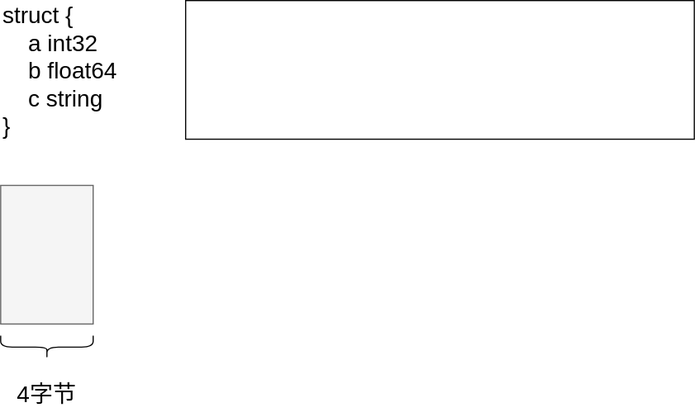
Above: advance/go_struct_memory.svg in SuanCaiYv/GoBaseLearn (draw.io), before the change. Source tidied: cells renumbered, new cells last; positions are measured from the earlier drawing's top-left corner, leaving out a move shared by most shapes.
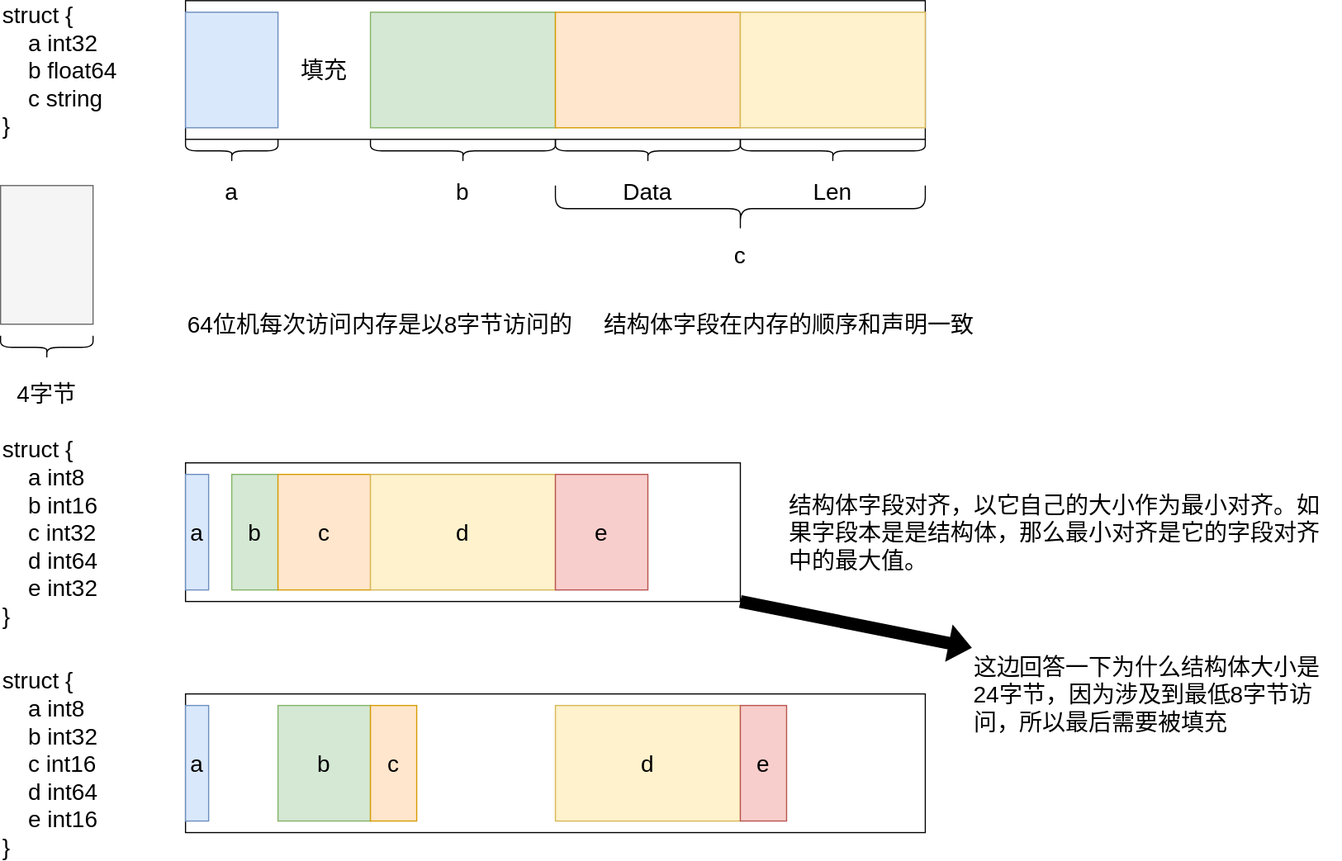
Above is the later version.

What changed in the source:
```diff
@@ -6,7 +6,7 @@
       <mxGeometry width="120" height="120" as="geometry" />
     </mxCell>
     <mxCell id="3" style="rounded=0;whiteSpace=wrap;html=1;" parent="1" vertex="1">
-      <mxGeometry x="160" width="440" height="120" as="geometry" />
+      <mxGeometry x="160" width="640" height="120" as="geometry" />
     </mxCell>
     <mxCell id="4" style="rounded=0;whiteSpace=wrap;html=1;shadow=0;fillColor=#f5f5f5;strokeColor=#666666;fontColor=#333333;" parent="1" vertex="1">
       <mxGeometry y="160" width="80" height="120" as="geometry" />
@@ -17,5 +17,107 @@
     <mxCell id="6" value="&lt;font style=&quot;font-size: 20px&quot;&gt;4字节&lt;/font&gt;" style="text;html=1;strokeColor=none;fillColor=none;align=center;verticalAlign=middle;whiteSpace=wrap;rounded=0;" parent="1" vertex="1">
       <mxGeometry y="320" width="80" height="40" as="geometry" />
     </mxCell>
+    <mxCell id="7" style="rounded=0;whiteSpace=wrap;html=1;fillColor=#dae8fc;strokeColor=#6c8ebf;" parent="1" vertex="1">
+      <mxGeometry x="160" y="10" width="80" height="100" as="geometry" />
+    </mxCell>
+    <mxCell id="8" style="rounded=0;whiteSpace=wrap;html=1;fillColor=#d5e8d4;strokeColor=#82b366;" parent="1" vertex="1">
+      <mxGeometry x="320" y="10" width="160" height="100" as="geometry" />
+    </mxCell>
+    <mxCell id="9" style="rounded=0;whiteSpace=wrap;html=1;fillColor=#ffe6cc;strokeColor=#d79b00;" parent="1" vertex="1">
+      <mxGeometry x="480" y="10" width="160" height="100" as="geometry" />
+    </mxCell>
+    <mxCell id="10" style="rounded=0;whiteSpace=wrap;html=1;fillColor=#fff2cc;strokeColor=#d6b656;" parent="1" vertex="1">
+      <mxGeometry x="640" y="10" width="160" height="100" as="geometry" />
+    </mxCell>
+    <mxCell id="11" style="shape=curlyBracket;whiteSpace=wrap;html=1;rounded=1;flipH=1;direction=north;" parent="1" vertex="1">
+      <mxGeometry x="160" y="120" width="80" height="20" as="geometry" />
+    </mxCell>
+    <mxCell id="12" value="&lt;font style=&quot;font-size: 20px&quot;&gt;a&lt;/font&gt;" style="text;html=1;strokeColor=none;fillColor=none;align=center;verticalAlign=middle;whiteSpace=wrap;rounded=0;" parent="1" vertex="1">
+      <mxGeometry x="170" y="150" width="60" height="30" as="geometry" />
+    </mxCell>
+    <mxCell id="13" style="shape=curlyBracket;whiteSpace=wrap;html=1;rounded=1;flipH=1;direction=north;" parent="1" vertex="1">
+      <mxGeometry x="320" y="120" width="160" height="20" as="geometry" />
+    </mxCell>
+    <mxCell id="14" value="&lt;font style=&quot;font-size: 20px&quot;&gt;b&lt;/font&gt;" style="text;html=1;strokeColor=none;fillColor=none;align=center;verticalAlign=middle;whiteSpace=wrap;rounded=0;" parent="1" vertex="1">
+      <mxGeometry x="370" y="150" width="60" height="30" as="geometry" />
+    </mxCell>
+    <mxCell id="15" style="shape=curlyBracket;whiteSpace=wrap;html=1;rounded=1;flipH=1;direction=north;" parent="1" vertex="1">
+      <mxGeometry x="480" y="120" width="160" height="20" as="geometry" />
+    </mxCell>
+    <mxCell id="16" value="&lt;span style=&quot;font-size: 20px&quot;&gt;Data&lt;/span&gt;" style="text;html=1;strokeColor=none;fillColor=none;align=center;verticalAlign=middle;whiteSpace=wrap;rounded=0;" parent="1" vertex="1">
+      <mxGeometry x="530" y="150" width="60" height="30" as="geometry" />
+    </mxCell>
+    <mxCell id="17" style="shape=curlyBracket;whiteSpace=wrap;html=1;rounded=1;flipH=1;direction=north;" parent="1" vertex="1">
+      <mxGeometry x="640" y="120" width="160" height="20" as="geometry" />
+    </mxCell>
+    <mxCell id="18" value="&lt;span style=&quot;font-size: 20px&quot;&gt;Len&lt;/span&gt;" style="text;html=1;strokeColor=none;fillColor=none;align=center;verticalAlign=middle;whiteSpace=wrap;rounded=0;" parent="1" vertex="1">
+      <mxGeometry x="690" y="150" width="60" height="30" as="geometry" />
+    </mxCell>
+    <mxCell id="19" style="shape=curlyBracket;whiteSpace=wrap;html=1;rounded=1;flipH=1;direction=north;" parent="1" vertex="1">
+      <mxGeometry x="480" y="160" width="320" height="40" as="geometry" />
+    </mxCell>
+    <mxCell id="20" value="&lt;span style=&quot;font-size: 20px&quot;&gt;c&lt;/span&gt;" style="text;html=1;strokeColor=none;fillColor=none;align=center;verticalAlign=middle;whiteSpace=wrap;rounded=0;" parent="1" vertex="1">
+      <mxGeometry x="610" y="205" width="60" height="30" as="geometry" />
+    </mxCell>
+    <mxCell id="21" value="填充" style="text;html=1;strokeColor=none;fillColor=none;align=center;verticalAlign=middle;whiteSpace=wrap;rounded=0;fontSize=20;" parent="1" vertex="1">
+      <mxGeometry x="240" y="40" width="80" height="40" as="geometry" />
+    </mxCell>
+    <mxCell id="22" value="&lt;font style=&quot;font-size: 20px&quot;&gt;struct {&lt;br&gt;&amp;nbsp; &amp;nbsp; a int8&lt;br&gt;&amp;nbsp; &amp;nbsp; b int16&lt;br&gt;&amp;nbsp; &amp;nbsp; c int32&lt;br&gt;&amp;nbsp; &amp;nbsp; d int64&lt;br&gt;&amp;nbsp; &amp;nbsp; e int32&lt;br&gt;}&lt;/font&gt;" style="text;html=1;strokeColor=none;fillColor=none;align=left;verticalAlign=middle;whiteSpace=wrap;rounded=0;" parent="1" vertex="1">
+      <mxGeometry y="400" width="120" height="120" as="geometry" />
+    </mxCell>
+    <mxCell id="23" value="&lt;font style=&quot;font-size: 20px&quot;&gt;struct {&lt;br&gt;&amp;nbsp; &amp;nbsp; a int8&lt;br&gt;&amp;nbsp; &amp;nbsp; b int32&lt;br&gt;&amp;nbsp; &amp;nbsp; c int16&lt;br&gt;&amp;nbsp; &amp;nbsp; d int64&lt;br&gt;&amp;nbsp; &amp;nbsp; e int16&lt;br&gt;}&lt;/font&gt;" style="text;html=1;strokeColor=none;fillColor=none;align=left;verticalAlign=middle;whiteSpace=wrap;rounded=0;" parent="1" vertex="1">
+      <mxGeometry y="600" width="120" height="120" as="geometry" />
+    </mxCell>
+    <mxCell id="24" style="rounded=0;whiteSpace=wrap;html=1;" parent="1" vertex="1">
+      <mxGeometry x="160" y="400" width="480" height="120" as="geometry" />
+    </mxCell>
+    <mxCell id="25" value="64位机每次访问内存是以8字节访问的" style="text;html=1;strokeColor=none;fillColor=none;align=left;verticalAlign=middle;whiteSpace=wrap;rounded=0;fontSize=20;" parent="1" vertex="1">
+      <mxGeometry x="160" y="240" width="400" height="80" as="geometry" />
+    </mxCell>
+    <mxCell id="26" value="a" style="rounded=0;whiteSpace=wrap;html=1;fontSize=20;fillColor=#dae8fc;strokeColor=#6c8ebf;" parent="1" vertex="1">
+      <mxGeometry x="160" y="410" width="20" height="100" as="geometry" />
+    </mxCell>
+    <mxCell id="27" value="b" style="rounded=0;whiteSpace=wrap;html=1;fontSize=20;fillColor=#d5e8d4;strokeColor=#82b366;" parent="1" vertex="1">
+      <mxGeometry x="200" y="410" width="40" height="100" as="geometry" />
+    </mxCell>
+    <mxCell id="28" value="c" style="rounded=0;whiteSpace=wrap;html=1;fontSize=20;fillColor=#ffe6cc;strokeColor=#d79b00;" parent="1" vertex="1">
+      <mxGeometry x="240" y="410" width="80" height="100" as="geometry" />
+    </mxCell>
+    <mxCell id="29" value="d" style="rounded=0;whiteSpace=wrap;html=1;fontSize=20;fillColor=#fff2cc;strokeColor=#d6b656;" parent="1" vertex="1">
+      <mxGeometry x="320" y="410" width="160" height="100" as="geometry" />
+    </mxCell>
+    <mxCell id="30" value="e" style="rounded=0;whiteSpace=wrap;html=1;fontSize=20;fillColor=#f8cecc;strokeColor=#b85450;" parent="1" vertex="1">
+      <mxGeometry x="480" y="410" width="80" height="100" as="geometry" />
+    </mxCell>
+    <mxCell id="31" value="结构体字段对齐，以它自己的大小作为最小对齐。如果字段本是是结构体，那么最小对齐是它的字段对齐中的最大值。" style="text;html=1;strokeColor=none;fillColor=none;align=left;verticalAlign=middle;whiteSpace=wrap;rounded=0;fontSize=20;" parent="1" vertex="1">
+      <mxGeometry x="680" y="400" width="480" height="120" as="geometry" />
+    </mxCell>
+    <mxCell id="32" value="结构体字段在内存的顺序和声明一致" style="text;html=1;strokeColor=none;fillColor=none;align=left;verticalAlign=middle;whiteSpace=wrap;rounded=0;fontSize=20;" parent="1" vertex="1">
+      <mxGeometry x="520" y="240" width="400" height="80" as="geometry" />
+    </mxCell>
+    <mxCell id="33" style="rounded=0;whiteSpace=wrap;html=1;" parent="1" vertex="1">
+      <mxGeometry x="160" y="600" width="640" height="120" as="geometry" />
+    </mxCell>
+    <mxCell id="34" value="a" style="rounded=0;whiteSpace=wrap;html=1;fontSize=20;fillColor=#dae8fc;strokeColor=#6c8ebf;" parent="1" vertex="1">
+      <mxGeometry x="160" y="610" width="20" height="100" as="geometry" />
+    </mxCell>
+    <mxCell id="35" value="b" style="rounded=0;whiteSpace=wrap;html=1;fontSize=20;fillColor=#d5e8d4;strokeColor=#82b366;" parent="1" vertex="1">
+      <mxGeometry x="240" y="610" width="80" height="100" as="geometry" />
+    </mxCell>
+    <mxCell id="36" value="c" style="rounded=0;whiteSpace=wrap;html=1;fontSize=20;fillColor=#ffe6cc;strokeColor=#d79b00;" parent="1" vertex="1">
+      <mxGeometry x="320" y="610" width="40" height="100" as="geometry" />
+    </mxCell>
+    <mxCell id="37" value="d" style="rounded=0;whiteSpace=wrap;html=1;fontSize=20;fillColor=#fff2cc;strokeColor=#d6b656;" parent="1" vertex="1">
+      <mxGeometry x="480" y="610" width="160" height="100" as="geometry" />
+    </mxCell>
+    <mxCell id="38" value="e" style="rounded=0;whiteSpace=wrap;html=1;fontSize=20;fillColor=#f8cecc;strokeColor=#b85450;" parent="1" vertex="1">
+      <mxGeometry x="640" y="610" width="40" height="100" as="geometry" />
+    </mxCell>
+    <mxCell id="39" value="这边回答一下为什么结构体大小是24字节，因为涉及到最低8字节访问，所以最后需要被填充" style="text;html=1;strokeColor=none;fillColor=none;align=left;verticalAlign=middle;whiteSpace=wrap;rounded=0;fontSize=20;" parent="1" vertex="1">
+      <mxGeometry x="840" y="560" width="320" height="80" as="geometry" />
+    </mxCell>
+    <mxCell id="40" style="shape=flexArrow;endArrow=classic;html=1;rounded=0;fontSize=20;exitX=1;exitY=1;exitDx=0;exitDy=0;entryX=0;entryY=0;entryDx=0;entryDy=0;fillColor=#000000;" parent="1" edge="1" source="24" target="39">
+      <mxGeometry relative="1" as="geometry" />
+    </mxCell>
   </root>
 </mxGraphModel>
```
